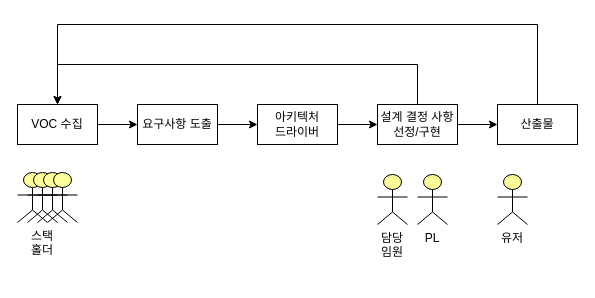
Above: page "Page-1" (1 of 3) of DFM.drawio.xml in with2say/swarchitect (draw.io), before the change. Source tidied: cells renumbered, new cells numbered last; positions are measured from the earlier drawing's top-left corner, leaving out a move shared by most shapes. Both pictures are drawn from the tidied source at 100%, with x=0, y=0 at pixel (17, 24).
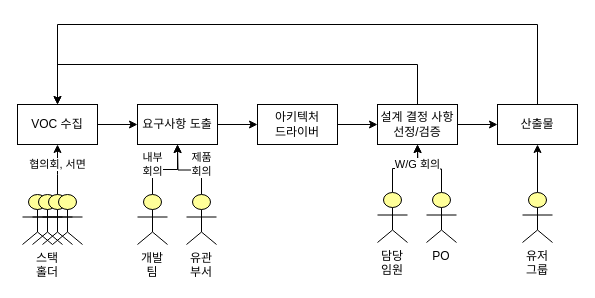
The same page after the edit.

Unchanged cells that the change refers to:
```xml
<mxCell id="3" value="요구사항 도출" style="rounded=0;whiteSpace=wrap;html=1;" parent="1" vertex="1">
  <mxGeometry x="120" y="80" width="80" height="40" as="geometry" />
</mxCell>
<mxCell id="6" value="VOC 수집" style="rounded=0;whiteSpace=wrap;html=1;" parent="1" vertex="1">
  <mxGeometry y="80" width="80" height="40" as="geometry" />
</mxCell>
<mxCell id="10" value="산출물" style="rounded=0;whiteSpace=wrap;html=1;" parent="1" vertex="1">
  <mxGeometry x="480" y="80" width="80" height="40" as="geometry" />
</mxCell>
```

The edit, as a diff of the source:
```diff
@@
     <mxCell id="4" style="html=1;whiteSpace=wrap;fillColor=#ffff99;verticalLabelPosition=bottom;verticalAlign=top;align=center;shape=mxgraph.archimate3.actor;" parent="1" vertex="1">
-      <mxGeometry y="148" width="30" height="50" as="geometry" />
+      <mxGeometry x="5" y="170" width="30" height="50" as="geometry" />
     </mxCell>
@@
-    <mxCell id="13" value="설계 결정 사항&lt;br&gt;선정/구현" style="rounded=0;whiteSpace=wrap;html=1;" parent="1" vertex="1">
+    <mxCell id="13" value="설계 결정 사항&lt;br&gt;선정/검증" style="rounded=0;whiteSpace=wrap;html=1;" parent="1" vertex="1">
       <mxGeometry x="360" y="80" width="80" height="40" as="geometry" />
     </mxCell>
+    <mxCell id="20" style="edgeStyle=orthogonalEdgeStyle;rounded=0;jettySize=auto;html=1;exitX=0.5;exitY=0;exitDx=0;exitDy=0;exitPerimeter=0;" parent="1" edge="1" source="14">
+      <mxGeometry relative="1" as="geometry">
+        <mxPoint x="400" y="120" as="targetPoint" />
+      </mxGeometry>
+    </mxCell>
-    <mxCell id="14" value="PL" style="html=1;outlineConnect=0;whiteSpace=wrap;fillColor=#ffff99;verticalLabelPosition=bottom;verticalAlign=top;align=center;shape=mxgraph.archimate3.actor;" parent="1" vertex="1">
-      <mxGeometry x="400" y="150" width="30" height="50" as="geometry" />
+    <mxCell id="14" value="PO" style="html=1;outlineConnect=0;whiteSpace=wrap;fillColor=#ffff99;verticalLabelPosition=bottom;verticalAlign=top;align=center;shape=mxgraph.archimate3.actor;" parent="1" vertex="1">
+      <mxGeometry x="409" y="168" width="30" height="50" as="geometry" />
     </mxCell>
+    <mxCell id="21" value="W/G 회의" style="edgeStyle=orthogonalEdgeStyle;rounded=0;jettySize=auto;html=1;exitX=0.5;exitY=0;exitDx=0;exitDy=0;exitPerimeter=0;entryX=0.5;entryY=1;entryDx=0;entryDy=0;" parent="1" edge="1" source="15" target="13">
+      <mxGeometry x="0.45" relative="1" as="geometry" />
+    </mxCell>
     <mxCell id="15" value="담당임원" style="html=1;outlineConnect=0;whiteSpace=wrap;fillColor=#ffff99;verticalLabelPosition=bottom;verticalAlign=top;align=center;shape=mxgraph.archimate3.actor;" parent="1" vertex="1">
-      <mxGeometry x="360" y="150" width="30" height="50" as="geometry" />
+      <mxGeometry x="360" y="168" width="30" height="50" as="geometry" />
     </mxCell>
+    <mxCell id="22" style="edgeStyle=orthogonalEdgeStyle;rounded=0;jettySize=auto;html=1;exitX=0.5;exitY=0;exitDx=0;exitDy=0;exitPerimeter=0;entryX=0.5;entryY=1;entryDx=0;entryDy=0;" parent="1" edge="1" source="16" target="10">
+      <mxGeometry relative="1" as="geometry" />
+    </mxCell>
-    <mxCell id="16" value="유저" style="html=1;outlineConnect=0;whiteSpace=wrap;fillColor=#ffff99;verticalLabelPosition=bottom;verticalAlign=top;align=center;shape=mxgraph.archimate3.actor;" parent="1" vertex="1">
-      <mxGeometry x="480" y="150" width="30" height="50" as="geometry" />
+    <mxCell id="16" value="유저&lt;br&gt;그룹" style="html=1;outlineConnect=0;whiteSpace=wrap;fillColor=#ffff99;verticalLabelPosition=bottom;verticalAlign=top;align=center;shape=mxgraph.archimate3.actor;" parent="1" vertex="1">
+      <mxGeometry x="505" y="168" width="30" height="50" as="geometry" />
     </mxCell>
     <mxCell id="17" value="스택홀더" style="html=1;whiteSpace=wrap;fillColor=#ffff99;verticalLabelPosition=bottom;verticalAlign=top;align=center;shape=mxgraph.archimate3.actor;" parent="1" vertex="1">
-      <mxGeometry x="10" y="148" width="30" height="50" as="geometry" />
+      <mxGeometry x="15" y="170" width="30" height="50" as="geometry" />
     </mxCell>
     <mxCell id="18" style="html=1;outlineConnect=0;whiteSpace=wrap;fillColor=#ffff99;verticalLabelPosition=bottom;verticalAlign=top;align=center;shape=mxgraph.archimate3.actor;" parent="1" vertex="1">
-      <mxGeometry x="20" y="148" width="30" height="50" as="geometry" />
+      <mxGeometry x="25" y="170" width="30" height="50" as="geometry" />
     </mxCell>
     <mxCell id="19" style="html=1;whiteSpace=wrap;fillColor=#ffff99;verticalLabelPosition=bottom;verticalAlign=top;align=center;shape=mxgraph.archimate3.actor;" parent="1" vertex="1">
-      <mxGeometry x="30" y="148" width="30" height="50" as="geometry" />
+      <mxGeometry x="35" y="170" width="30" height="50" as="geometry" />
     </mxCell>
+    <mxCell id="23" value="제품&lt;br&gt;회의" style="edgeStyle=orthogonalEdgeStyle;rounded=0;jettySize=auto;html=1;exitX=0.5;exitY=0;exitDx=0;exitDy=0;exitPerimeter=0;" parent="1" edge="1" source="24">
+      <mxGeometry x="-0.33" y="-6" relative="1" as="geometry">
+        <mxPoint x="160" y="120" as="targetPoint" />
+      </mxGeometry>
+    </mxCell>
+    <mxCell id="24" value="유관&lt;br&gt;부서" style="html=1;outlineConnect=0;whiteSpace=wrap;fillColor=#ffff99;verticalLabelPosition=bottom;verticalAlign=top;align=center;shape=mxgraph.archimate3.actor;" parent="1" vertex="1">
+      <mxGeometry x="169" y="170" width="30" height="50" as="geometry" />
+    </mxCell>
+    <mxCell id="25" value="내부&lt;br&gt;회의" style="edgeStyle=orthogonalEdgeStyle;rounded=0;jettySize=auto;html=1;exitX=0.5;exitY=0;exitDx=0;exitDy=0;exitPerimeter=0;entryX=0.5;entryY=1;entryDx=0;entryDy=0;" parent="1" edge="1" source="26" target="3">
+      <mxGeometry x="-0.33" y="5" relative="1" as="geometry" />
+    </mxCell>
+    <mxCell id="26" value="개발팀" style="html=1;outlineConnect=0;whiteSpace=wrap;fillColor=#ffff99;verticalLabelPosition=bottom;verticalAlign=top;align=center;shape=mxgraph.archimate3.actor;" parent="1" vertex="1">
+      <mxGeometry x="120" y="170" width="30" height="50" as="geometry" />
+    </mxCell>
+    <mxCell id="27" value="협의회, 서면" style="edgeStyle=orthogonalEdgeStyle;rounded=0;jettySize=auto;html=1;entryX=0.5;entryY=1;entryDx=0;entryDy=0;" parent="1" edge="1" source="18" target="6">
+      <mxGeometry x="0.2" relative="1" as="geometry">
+        <Array as="points">
+          <mxPoint x="40" y="150" />
+          <mxPoint x="40" y="150" />
+        </Array>
+      </mxGeometry>
+    </mxCell>
```
